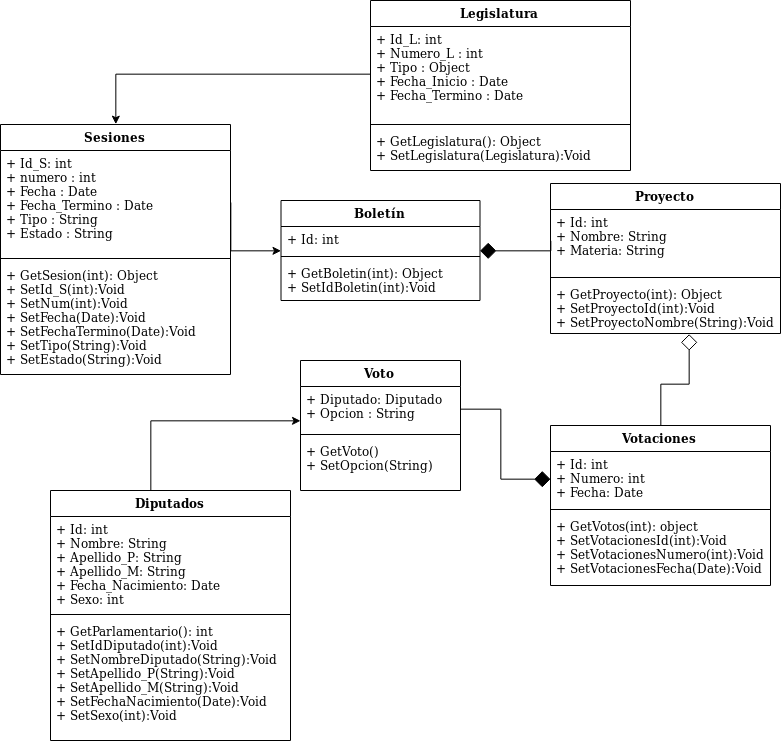
KarinaSS92/TallerIII keeps this draw.io diagram as Diagramas/Diagrama_de_clases.png. Above is the earlier version. Source tidied: cells renumbered, new cells last; positions are measured from the earlier drawing's top-left corner, leaving out a move shared by most shapes.
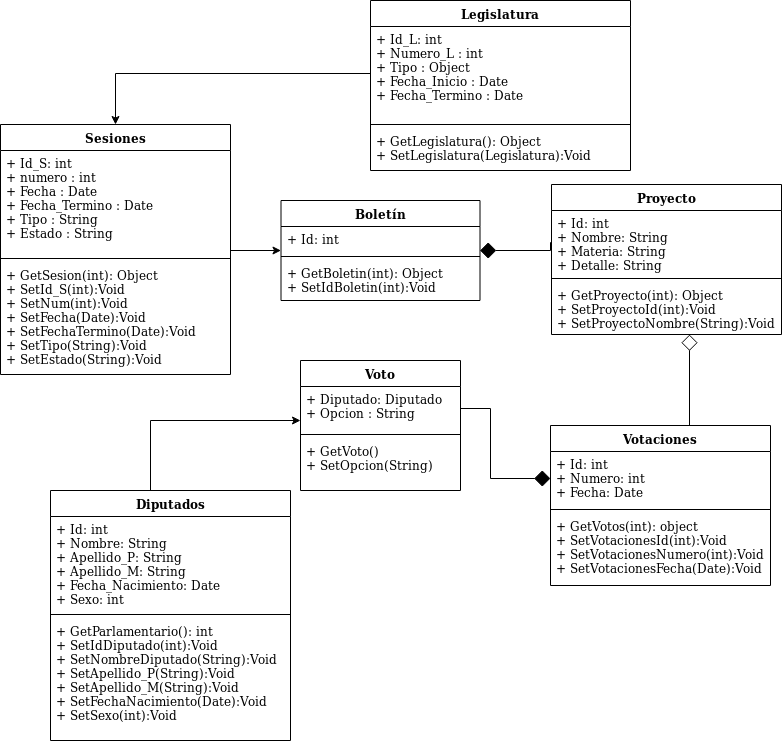
After the commit.

Commit message:
edicion diagrama 2

Change to the diagram source:
```diff
@@ -27,9 +27,9 @@
       <mxGeometry y="138" width="230" height="112" as="geometry" />
     </mxCell>
     <mxCell id="10" value="Proyecto" style="swimlane;fontStyle=1;align=center;verticalAlign=top;horizontal=1;startSize=26;" parent="1" vertex="1">
-      <mxGeometry x="550" y="183" width="230" height="150" as="geometry" />
+      <mxGeometry x="551" y="184" width="230" height="150" as="geometry" />
     </mxCell>
-    <mxCell id="11" value="+ Id: int&#10;+ Nombre: String&#10;+ Materia: String&#10;" style="text;strokeColor=none;fillColor=none;align=left;verticalAlign=top;spacingLeft=4;spacingRight=4;overflow=hidden;points=[[0,0.5],[1,0.5]];portConstraint=eastwest;" parent="10" vertex="1">
+    <mxCell id="11" value="+ Id: int&#10;+ Nombre: String&#10;+ Materia: String&#10;+ Detalle: String&#10;" style="text;strokeColor=none;fillColor=none;align=left;verticalAlign=top;spacingLeft=4;spacingRight=4;overflow=hidden;points=[[0,0.5],[1,0.5]];portConstraint=eastwest;" parent="10" vertex="1">
       <mxGeometry y="26" width="230" height="64" as="geometry" />
     </mxCell>
     <mxCell id="12" style="line;strokeWidth=1;fillColor=none;align=left;verticalAlign=middle;spacingTop=-1;spacingLeft=3;spacingRight=3;labelPosition=right;" parent="10" vertex="1">
@@ -51,7 +51,11 @@
       <mxGeometry y="60" width="199" height="40" as="geometry" />
     </mxCell>
     <mxCell id="18" style="edgeStyle=orthogonalEdgeStyle;rounded=0;jettySize=auto;html=1;exitX=0.5;exitY=0;exitDx=0;exitDy=0;entryX=0.6;entryY=1;entryDx=0;entryDy=0;entryPerimeter=0;startSize=6;endArrow=diamond;endFill=0;endSize=14;strokeWidth=1;" parent="1" edge="1" source="19" target="13">
-      <mxGeometry relative="1" as="geometry" />
+      <mxGeometry relative="1" as="geometry">
+        <Array as="points">
+          <mxPoint x="689" y="425" />
+        </Array>
+      </mxGeometry>
     </mxCell>
     <mxCell id="19" value="Votaciones" style="swimlane;fontStyle=1;align=center;verticalAlign=top;horizontal=1;startSize=26;" parent="1" vertex="1">
       <mxGeometry x="550" y="425" width="220" height="160" as="geometry" />
@@ -114,7 +118,12 @@
       </mxGeometry>
     </mxCell>
     <mxCell id="35" style="edgeStyle=orthogonalEdgeStyle;rounded=0;jettySize=auto;html=1;startSize=6;endArrow=diamond;endFill=1;endSize=14;strokeWidth=1;" parent="1" edge="1" source="29" target="20">
-      <mxGeometry relative="1" as="geometry" />
+      <mxGeometry relative="1" as="geometry">
+        <Array as="points">
+          <mxPoint x="490" y="408" />
+          <mxPoint x="490" y="478" />
+        </Array>
+      </mxGeometry>
     </mxCell>
   </root>
 </mxGraphModel>
```
